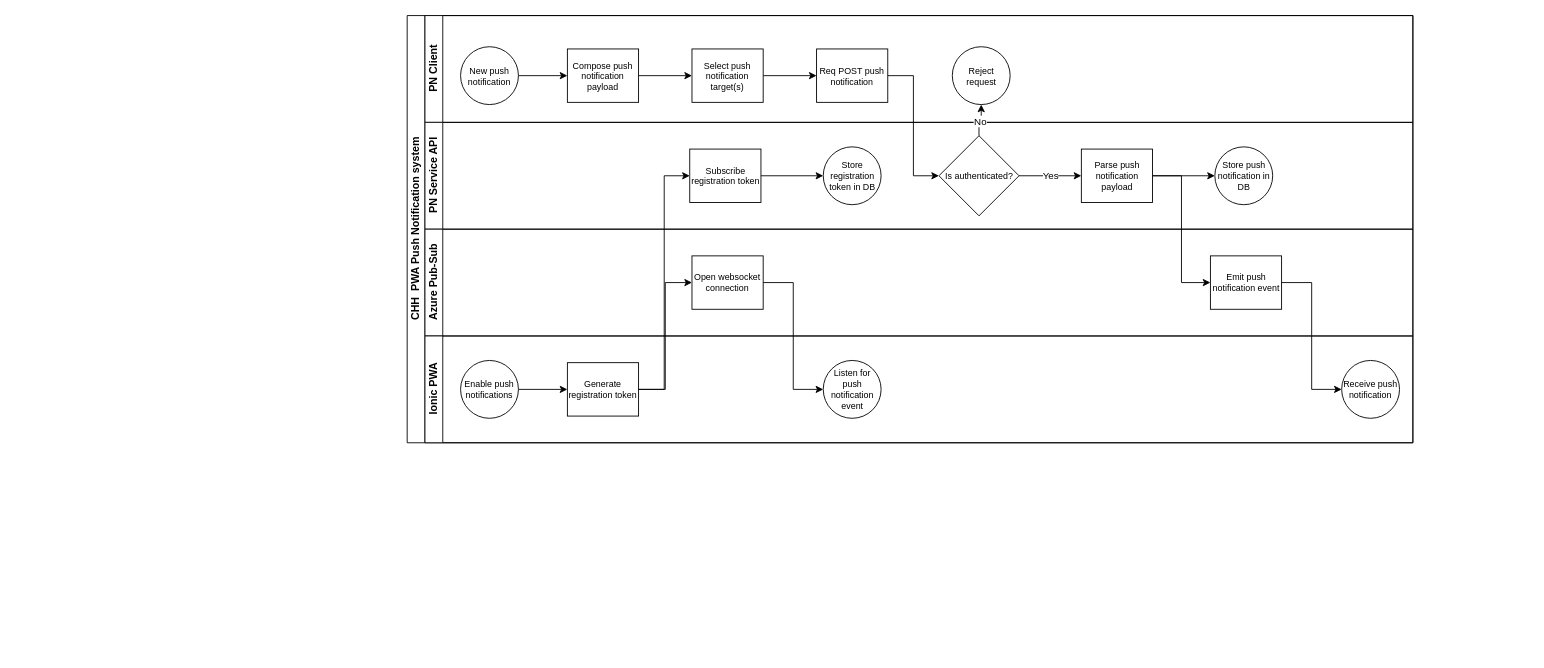
The draw.io diagram chh-push-notification-swimlane.drawio in anon-legion/chh-push-notification, before the edit. Source tidied: cells renumbered, new cells numbered last; positions are measured from the earlier drawing's top-left corner, leaving out a move shared by most shapes. Both pictures are drawn from the tidied source at 89%, with x=0, y=0 at pixel (407, 15).
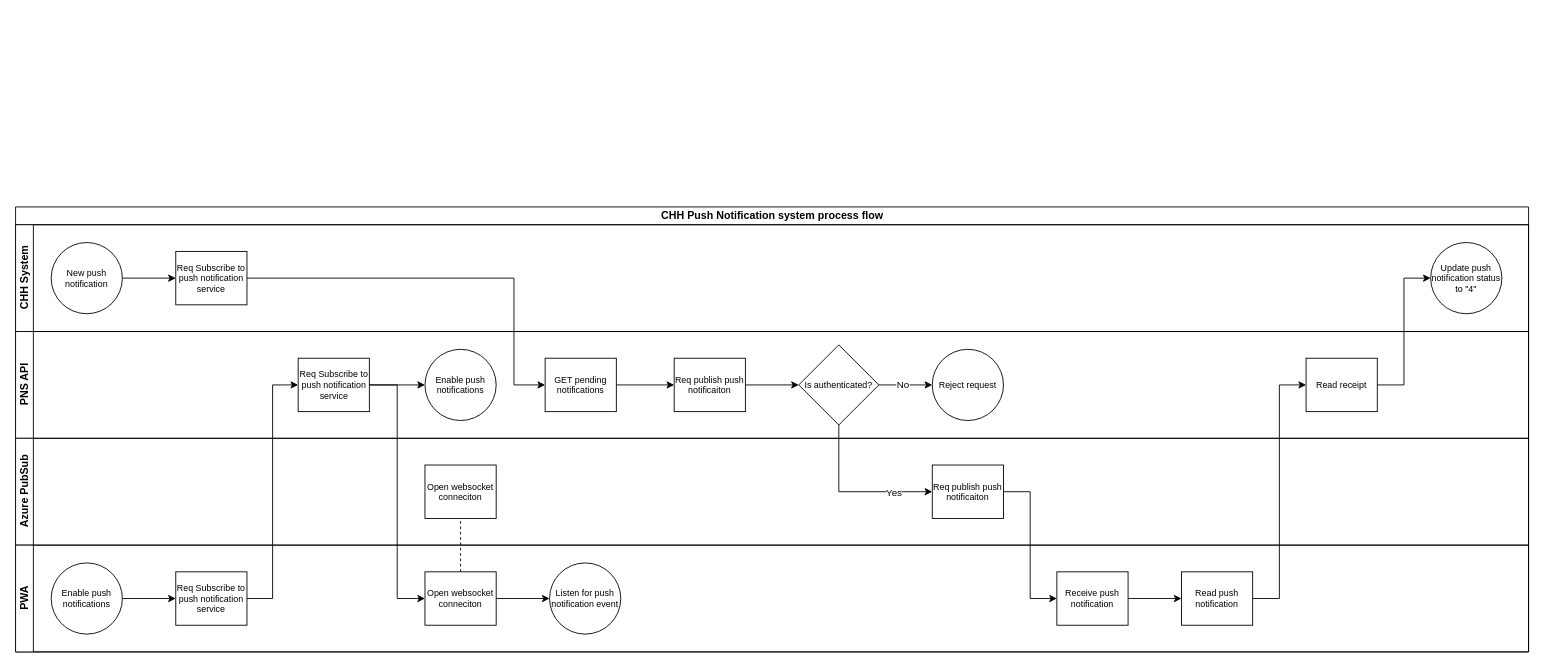
The same page after the edit.

Commit message:
Update chh-push-notification-swimlane.drawio to include update process

Diff of the diagram source:
```diff
@@
-    <mxCell id="2" value="CHH&amp;nbsp; PWA Push Notification system" style="swimlane;html=1;horizontal=0;startSize=20;" parent="1" vertex="1">
-      <mxGeometry width="1130" height="480" as="geometry" />
-    </mxCell>
-    <mxCell id="3" value="&lt;div&gt;PN Client&lt;/div&gt;" style="swimlane;html=1;startSize=20;horizontal=0;" parent="2" vertex="1">
-      <mxGeometry x="20" width="1110" height="120" as="geometry" />
-    </mxCell>
-    <mxCell id="4" style="edgeStyle=orthogonalEdgeStyle;rounded=0;jettySize=auto;html=1;" parent="3" edge="1" source="5" target="7">
-      <mxGeometry relative="1" as="geometry" />
-    </mxCell>
+    <mxCell id="39" value="CHH Push Notification system process flow" style="swimlane;horizontal=1;startSize=20;html=1;" parent="1" vertex="1">
+      <mxGeometry x="-440" y="215" width="1700" height="500" as="geometry" />
+    </mxCell>
+    <mxCell id="40" value="CHH System" style="swimlane;startSize=20;horizontal=0;html=1;" parent="39" vertex="1">
+      <mxGeometry y="20" width="1700" height="120" as="geometry" />
+    </mxCell>
+    <mxCell id="41" style="edgeStyle=orthogonalEdgeStyle;rounded=0;jettySize=auto;html=1;exitX=1;exitY=0.5;exitDx=0;exitDy=0;entryX=0;entryY=0.5;entryDx=0;entryDy=0;" parent="40" edge="1" source="5" target="42">
+      <mxGeometry relative="1" as="geometry" />
+    </mxCell>
-    <mxCell id="5" value="New push notification" style="ellipse;whiteSpace=wrap;html=1;fontSize=10;rotation=0;" parent="3" vertex="1">
-      <mxGeometry x="40" y="35" width="65" height="65" as="geometry" />
+    <mxCell id="5" value="New push notification" style="ellipse;whiteSpace=wrap;html=1;fontSize=10;rotation=0;" parent="40" vertex="1">
+      <mxGeometry x="40" y="20" width="80" height="80" as="geometry" />
     </mxCell>
-    <mxCell id="6" style="edgeStyle=orthogonalEdgeStyle;rounded=0;jettySize=auto;html=1;exitX=1;exitY=0.5;exitDx=0;exitDy=0;entryX=0;entryY=0.5;entryDx=0;entryDy=0;" parent="3" edge="1" source="7" target="9">
-      <mxGeometry relative="1" as="geometry" />
-    </mxCell>
-    <mxCell id="7" value="Compose push notification payload" style="rounded=0;whiteSpace=wrap;html=1;fontFamily=Helvetica;fontSize=10;fontColor=#000000;align=center;" parent="3" vertex="1">
-      <mxGeometry x="160" y="37.5" width="80" height="60" as="geometry" />
-    </mxCell>
-    <mxCell id="8" style="edgeStyle=orthogonalEdgeStyle;rounded=0;jettySize=auto;html=1;" parent="3" edge="1" source="9" target="10">
-      <mxGeometry relative="1" as="geometry" />
-    </mxCell>
-    <mxCell id="9" value="Select push notification target(s)" style="rounded=0;whiteSpace=wrap;html=1;fontFamily=Helvetica;fontSize=10;fontColor=#000000;align=center;" parent="3" vertex="1">
-      <mxGeometry x="300" y="37.5" width="80" height="60" as="geometry" />
-    </mxCell>
-    <mxCell id="10" value="Req POST push notification" style="rounded=0;whiteSpace=wrap;html=1;fontFamily=Helvetica;fontSize=10;fontColor=#000000;align=center;" parent="3" vertex="1">
-      <mxGeometry x="440" y="37.5" width="80" height="60" as="geometry" />
-    </mxCell>
-    <mxCell id="11" value="Reject request" style="ellipse;whiteSpace=wrap;html=1;fontSize=10;rotation=0;" parent="3" vertex="1">
-      <mxGeometry x="592.5" y="35" width="65" height="65" as="geometry" />
-    </mxCell>
-    <mxCell id="12" value="&lt;div&gt;PN Service API&lt;br&gt;&lt;/div&gt;" style="swimlane;html=1;startSize=20;horizontal=0;" parent="2" vertex="1">
-      <mxGeometry x="20" y="120" width="1110" height="120" as="geometry" />
-    </mxCell>
-    <mxCell id="13" style="edgeStyle=orthogonalEdgeStyle;rounded=0;jettySize=auto;html=1;exitX=1;exitY=0.5;exitDx=0;exitDy=0;fontSize=10;" parent="12" edge="1" source="15" target="17">
-      <mxGeometry relative="1" as="geometry" />
-    </mxCell>
-    <mxCell id="14" value="Yes" style="edgeLabel;html=1;align=center;verticalAlign=middle;" parent="13" vertex="1">
-      <mxGeometry y="1" relative="1" as="geometry" />
-    </mxCell>
-    <mxCell id="15" value="Is authenticated?" style="rhombus;whiteSpace=wrap;html=1;fontSize=10;fontColor=#000000;rounded=0;rotation=0;" parent="12" vertex="1">
-      <mxGeometry x="577.5" y="15" width="90" height="90" as="geometry" />
-    </mxCell>
-    <mxCell id="16" style="edgeStyle=orthogonalEdgeStyle;rounded=0;jettySize=auto;html=1;exitX=1;exitY=0.5;exitDx=0;exitDy=0;entryX=0;entryY=0.5;entryDx=0;entryDy=0;" parent="12" edge="1" source="17" target="21">
-      <mxGeometry relative="1" as="geometry" />
-    </mxCell>
-    <mxCell id="17" value="Parse push notification payload" style="rounded=0;whiteSpace=wrap;html=1;fontFamily=Helvetica;fontSize=10;fontColor=#000000;align=center;" parent="12" vertex="1">
-      <mxGeometry x="737.5" y="30" width="80" height="60" as="geometry" />
-    </mxCell>
-    <mxCell id="18" style="edgeStyle=orthogonalEdgeStyle;rounded=0;jettySize=auto;html=1;exitX=1;exitY=0.5;exitDx=0;exitDy=0;entryX=0;entryY=0.5;entryDx=0;entryDy=0;" parent="12" edge="1" source="19" target="20">
-      <mxGeometry relative="1" as="geometry" />
-    </mxCell>
-    <mxCell id="19" value="Subscribe registration token" style="rounded=0;whiteSpace=wrap;html=1;fontFamily=Helvetica;fontSize=10;fontColor=#000000;align=center;" parent="12" vertex="1">
-      <mxGeometry x="297.5" y="30" width="80" height="60" as="geometry" />
-    </mxCell>
-    <mxCell id="20" value="Store registration token in DB" style="ellipse;whiteSpace=wrap;html=1;fontSize=10;rotation=0;" parent="12" vertex="1">
-      <mxGeometry x="447.5" y="27.5" width="65" height="65" as="geometry" />
-    </mxCell>
-    <mxCell id="21" value="Store push notification in DB" style="ellipse;whiteSpace=wrap;html=1;fontSize=10;rotation=0;" parent="12" vertex="1">
-      <mxGeometry x="887.5" y="27.5" width="65" height="65" as="geometry" />
-    </mxCell>
-    <mxCell id="22" style="edgeStyle=orthogonalEdgeStyle;rounded=0;jettySize=auto;html=1;entryX=0;entryY=0.5;entryDx=0;entryDy=0;" parent="2" edge="1" source="10" target="15">
-      <mxGeometry relative="1" as="geometry" />
-    </mxCell>
-    <mxCell id="23" value="&lt;div&gt;Azure Pub-Sub&lt;/div&gt;" style="swimlane;html=1;startSize=20;horizontal=0;" parent="2" vertex="1">
-      <mxGeometry x="20" y="240" width="1110" height="120" as="geometry" />
-    </mxCell>
-    <mxCell id="24" value="Open websocket connection" style="rounded=0;whiteSpace=wrap;html=1;fontFamily=Helvetica;fontSize=10;fontColor=#000000;align=center;" parent="23" vertex="1">
-      <mxGeometry x="300" y="30" width="80" height="60" as="geometry" />
-    </mxCell>
-    <mxCell id="25" value="Emit push notification event" style="rounded=0;whiteSpace=wrap;html=1;fontFamily=Helvetica;fontSize=10;fontColor=#000000;align=center;" parent="23" vertex="1">
-      <mxGeometry x="882.5" y="30" width="80" height="60" as="geometry" />
-    </mxCell>
-    <mxCell id="26" value="&lt;div&gt;Ionic PWA&lt;/div&gt;" style="swimlane;html=1;startSize=20;horizontal=0;" parent="2" vertex="1">
-      <mxGeometry x="20" y="360" width="1110" height="120" as="geometry" />
-    </mxCell>
-    <mxCell id="27" style="edgeStyle=orthogonalEdgeStyle;rounded=0;jettySize=auto;html=1;exitX=1;exitY=0.5;exitDx=0;exitDy=0;" parent="26" edge="1" source="28" target="29">
-      <mxGeometry relative="1" as="geometry" />
-    </mxCell>
-    <mxCell id="28" value="Enable push notifications" style="ellipse;whiteSpace=wrap;html=1;fontSize=10;rotation=0;" parent="26" vertex="1">
-      <mxGeometry x="40" y="27.5" width="65" height="65" as="geometry" />
-    </mxCell>
-    <mxCell id="29" value="Generate registration token" style="rounded=0;whiteSpace=wrap;html=1;fontFamily=Helvetica;fontSize=10;fontColor=#000000;align=center;" parent="26" vertex="1">
-      <mxGeometry x="160" y="30" width="80" height="60" as="geometry" />
-    </mxCell>
-    <mxCell id="30" value="Receive push notification" style="ellipse;whiteSpace=wrap;html=1;fontSize=10;rotation=0;" parent="26" vertex="1">
-      <mxGeometry x="1030" y="27.5" width="65" height="65" as="geometry" />
-    </mxCell>
-    <mxCell id="31" value="Listen for push notification event" style="ellipse;whiteSpace=wrap;html=1;fontSize=10;rotation=0;" parent="26" vertex="1">
-      <mxGeometry x="447.5" y="27.5" width="65" height="65" as="geometry" />
-    </mxCell>
-    <mxCell id="32" style="edgeStyle=orthogonalEdgeStyle;rounded=0;jettySize=auto;html=1;entryX=0;entryY=0.5;entryDx=0;entryDy=0;" parent="2" edge="1" source="29" target="19">
-      <mxGeometry relative="1" as="geometry" />
-    </mxCell>
-    <mxCell id="33" style="edgeStyle=orthogonalEdgeStyle;rounded=0;jettySize=auto;html=1;exitX=1;exitY=0.5;exitDx=0;exitDy=0;entryX=0;entryY=0.5;entryDx=0;entryDy=0;" parent="2" edge="1" source="29" target="24">
-      <mxGeometry relative="1" as="geometry">
-        <Array as="points">
-          <mxPoint x="290" y="420" />
-          <mxPoint x="290" y="300" />
-        </Array>
-      </mxGeometry>
-    </mxCell>
-    <mxCell id="34" style="edgeStyle=orthogonalEdgeStyle;rounded=0;jettySize=auto;html=1;exitX=1;exitY=0.5;exitDx=0;exitDy=0;entryX=0;entryY=0.5;entryDx=0;entryDy=0;" parent="2" edge="1" source="17" target="25">
-      <mxGeometry relative="1" as="geometry" />
-    </mxCell>
-    <mxCell id="35" style="edgeStyle=orthogonalEdgeStyle;rounded=0;jettySize=auto;html=1;exitX=1;exitY=0.5;exitDx=0;exitDy=0;entryX=0;entryY=0.5;entryDx=0;entryDy=0;" parent="2" edge="1" source="25" target="30">
-      <mxGeometry relative="1" as="geometry" />
-    </mxCell>
+    <mxCell id="42" value="Req Subscribe to push notification service" style="rounded=0;whiteSpace=wrap;html=1;fontFamily=Helvetica;fontSize=10;fontColor=#000000;align=center;" parent="40" vertex="1">
+      <mxGeometry x="180" y="30" width="80" height="60" as="geometry" />
+    </mxCell>
+    <mxCell id="43" value="Update push notification status to &quot;4&quot;" style="ellipse;whiteSpace=wrap;html=1;fontSize=10;rotation=0;" parent="40" vertex="1">
+      <mxGeometry x="1590" y="20" width="80" height="80" as="geometry" />
+    </mxCell>
+    <mxCell id="44" value="PNS API" style="swimlane;startSize=20;horizontal=0;html=1;" parent="39" vertex="1">
+      <mxGeometry y="140" width="1700" height="120" as="geometry" />
+    </mxCell>
+    <mxCell id="45" style="edgeStyle=orthogonalEdgeStyle;rounded=0;jettySize=auto;html=1;exitX=1;exitY=0.5;exitDx=0;exitDy=0;" parent="44" edge="1" source="46" target="47">
+      <mxGeometry relative="1" as="geometry" />
+    </mxCell>
+    <mxCell id="46" value="Req Subscribe to push notification service" style="rounded=0;whiteSpace=wrap;html=1;fontFamily=Helvetica;fontSize=10;fontColor=#000000;align=center;" parent="44" vertex="1">
+      <mxGeometry x="317.5" y="30" width="80" height="60" as="geometry" />
+    </mxCell>
+    <mxCell id="47" value="Enable push notifications" style="ellipse;whiteSpace=wrap;html=1;fontSize=10;rotation=0;" parent="44" vertex="1">
+      <mxGeometry x="460" y="20" width="80" height="80" as="geometry" />
+    </mxCell>
+    <mxCell id="48" style="edgeStyle=orthogonalEdgeStyle;rounded=0;jettySize=auto;html=1;exitX=1;exitY=0.5;exitDx=0;exitDy=0;entryX=0;entryY=0.5;entryDx=0;entryDy=0;" parent="44" edge="1" source="49" target="51">
+      <mxGeometry relative="1" as="geometry" />
+    </mxCell>
+    <mxCell id="49" value="GET pending notifications" style="rounded=0;whiteSpace=wrap;html=1;fontFamily=Helvetica;fontSize=10;fontColor=#000000;align=center;" parent="44" vertex="1">
+      <mxGeometry x="595" y="30" width="80" height="60" as="geometry" />
+    </mxCell>
+    <mxCell id="50" style="edgeStyle=orthogonalEdgeStyle;rounded=0;jettySize=auto;html=1;exitX=1;exitY=0.5;exitDx=0;exitDy=0;entryX=0;entryY=0.5;entryDx=0;entryDy=0;" parent="44" edge="1" source="51" target="15">
+      <mxGeometry relative="1" as="geometry" />
+    </mxCell>
+    <mxCell id="51" value="Req publish push notificaiton" style="rounded=0;whiteSpace=wrap;html=1;fontFamily=Helvetica;fontSize=10;fontColor=#000000;align=center;" parent="44" vertex="1">
+      <mxGeometry x="740" y="30" width="80" height="60" as="geometry" />
+    </mxCell>
-    <mxCell id="36" style="edgeStyle=orthogonalEdgeStyle;rounded=0;jettySize=auto;html=1;exitX=0.5;exitY=0;exitDx=0;exitDy=0;fontSize=10;" parent="2" edge="1" source="15" target="11">
+    <mxCell id="36" style="edgeStyle=orthogonalEdgeStyle;rounded=0;jettySize=auto;html=1;exitX=1;exitY=0.5;exitDx=0;exitDy=0;entryX=0;entryY=0.5;entryDx=0;entryDy=0;" parent="44" edge="1" source="15" target="11">
       <mxGeometry relative="1" as="geometry" />
     </mxCell>
     <mxCell id="37" value="No" style="edgeLabel;html=1;align=center;verticalAlign=middle;" parent="36" vertex="1">
-      <mxGeometry x="-0.09" y="-1" relative="1" as="geometry" />
+      <mxGeometry x="-0.13" y="1" relative="1" as="geometry" />
     </mxCell>
-    <mxCell id="38" style="edgeStyle=orthogonalEdgeStyle;rounded=0;jettySize=auto;html=1;exitX=1;exitY=0.5;exitDx=0;exitDy=0;entryX=0;entryY=0.5;entryDx=0;entryDy=0;" parent="2" edge="1" source="24" target="31">
-      <mxGeometry relative="1" as="geometry" />
-    </mxCell>
+    <mxCell id="15" value="Is authenticated?" style="rhombus;whiteSpace=wrap;html=1;fontSize=10;fontColor=#000000;rounded=0;rotation=0;" parent="44" vertex="1">
+      <mxGeometry x="880" y="15" width="90" height="90" as="geometry" />
+    </mxCell>
+    <mxCell id="11" value="Reject request" style="ellipse;whiteSpace=wrap;html=1;fontSize=10;rotation=0;" parent="44" vertex="1">
+      <mxGeometry x="1030" y="20" width="80" height="80" as="geometry" />
+    </mxCell>
+    <mxCell id="52" value="Read receipt" style="rounded=0;whiteSpace=wrap;html=1;fontFamily=Helvetica;fontSize=10;fontColor=#000000;align=center;" parent="44" vertex="1">
+      <mxGeometry x="1450" y="30" width="80" height="60" as="geometry" />
+    </mxCell>
+    <mxCell id="53" value="Azure PubSub" style="swimlane;startSize=20;horizontal=0;html=1;" parent="39" vertex="1">
+      <mxGeometry y="260" width="1700" height="120" as="geometry" />
+    </mxCell>
+    <mxCell id="54" value="Open websocket conneciton" style="rounded=0;whiteSpace=wrap;html=1;fontFamily=Helvetica;fontSize=10;fontColor=#000000;align=center;" parent="53" vertex="1">
+      <mxGeometry x="460" y="30" width="80" height="60" as="geometry" />
+    </mxCell>
+    <mxCell id="55" value="Req publish push notificaiton" style="rounded=0;whiteSpace=wrap;html=1;fontFamily=Helvetica;fontSize=10;fontColor=#000000;align=center;" parent="53" vertex="1">
+      <mxGeometry x="1030" y="30" width="80" height="60" as="geometry" />
+    </mxCell>
+    <mxCell id="56" value="PWA" style="swimlane;startSize=20;horizontal=0;html=1;" parent="39" vertex="1">
+      <mxGeometry y="380" width="1700" height="120" as="geometry" />
+    </mxCell>
+    <mxCell id="57" style="edgeStyle=orthogonalEdgeStyle;rounded=0;jettySize=auto;html=1;exitX=1;exitY=0.5;exitDx=0;exitDy=0;entryX=0;entryY=0.5;entryDx=0;entryDy=0;" parent="56" edge="1" source="58" target="59">
+      <mxGeometry relative="1" as="geometry" />
+    </mxCell>
+    <mxCell id="58" value="Enable push notifications" style="ellipse;whiteSpace=wrap;html=1;fontSize=10;rotation=0;" parent="56" vertex="1">
+      <mxGeometry x="40" y="20" width="80" height="80" as="geometry" />
+    </mxCell>
+    <mxCell id="59" value="Req Subscribe to push notification service" style="rounded=0;whiteSpace=wrap;html=1;fontFamily=Helvetica;fontSize=10;fontColor=#000000;align=center;" parent="56" vertex="1">
+      <mxGeometry x="180" y="30" width="80" height="60" as="geometry" />
+    </mxCell>
+    <mxCell id="60" style="edgeStyle=orthogonalEdgeStyle;rounded=0;jettySize=auto;html=1;exitX=1;exitY=0.5;exitDx=0;exitDy=0;entryX=0;entryY=0.5;entryDx=0;entryDy=0;" parent="56" edge="1" source="61" target="31">
+      <mxGeometry relative="1" as="geometry" />
+    </mxCell>
+    <mxCell id="61" value="Open websocket conneciton" style="rounded=0;whiteSpace=wrap;html=1;fontFamily=Helvetica;fontSize=10;fontColor=#000000;align=center;" parent="56" vertex="1">
+      <mxGeometry x="460" y="30" width="80" height="60" as="geometry" />
+    </mxCell>
+    <mxCell id="31" value="Listen for push notification event" style="ellipse;whiteSpace=wrap;html=1;fontSize=10;rotation=0;" parent="56" vertex="1">
+      <mxGeometry x="600" y="20" width="80" height="80" as="geometry" />
+    </mxCell>
+    <mxCell id="62" style="edgeStyle=orthogonalEdgeStyle;rounded=0;jettySize=auto;html=1;exitX=1;exitY=0.5;exitDx=0;exitDy=0;" parent="56" edge="1" source="30" target="63">
+      <mxGeometry relative="1" as="geometry" />
+    </mxCell>
+    <mxCell id="30" value="Receive push notification" style="rounded=0;whiteSpace=wrap;html=1;fontFamily=Helvetica;fontSize=10;fontColor=#000000;align=center;" parent="56" vertex="1">
+      <mxGeometry x="1170" y="30" width="80" height="60" as="geometry" />
+    </mxCell>
+    <mxCell id="63" value="Read push notification" style="rounded=0;whiteSpace=wrap;html=1;fontFamily=Helvetica;fontSize=10;fontColor=#000000;align=center;" parent="56" vertex="1">
+      <mxGeometry x="1310" y="30" width="80" height="60" as="geometry" />
+    </mxCell>
+    <mxCell id="64" style="edgeStyle=orthogonalEdgeStyle;rounded=0;jettySize=auto;html=1;exitX=1;exitY=0.5;exitDx=0;exitDy=0;entryX=0;entryY=0.5;entryDx=0;entryDy=0;" parent="39" edge="1" source="59" target="46">
+      <mxGeometry relative="1" as="geometry" />
+    </mxCell>
+    <mxCell id="65" style="edgeStyle=orthogonalEdgeStyle;rounded=0;jettySize=auto;html=1;exitX=1;exitY=0.5;exitDx=0;exitDy=0;entryX=0;entryY=0.5;entryDx=0;entryDy=0;" parent="39" edge="1" source="46" target="61">
+      <mxGeometry relative="1" as="geometry" />
+    </mxCell>
+    <mxCell id="66" style="edgeStyle=orthogonalEdgeStyle;rounded=0;jettySize=auto;html=1;exitX=0.5;exitY=0;exitDx=0;exitDy=0;entryX=0.5;entryY=1;entryDx=0;entryDy=0;dashed=1;endArrow=none;endFill=0;" parent="39" edge="1" source="61" target="54">
+      <mxGeometry relative="1" as="geometry" />
+    </mxCell>
+    <mxCell id="67" style="edgeStyle=orthogonalEdgeStyle;rounded=0;jettySize=auto;html=1;exitX=1;exitY=0.5;exitDx=0;exitDy=0;entryX=0;entryY=0.5;entryDx=0;entryDy=0;" parent="39" edge="1" source="42" target="49">
+      <mxGeometry relative="1" as="geometry">
+        <Array as="points">
+          <mxPoint x="560" y="80" />
+          <mxPoint x="560" y="200" />
+        </Array>
+      </mxGeometry>
+    </mxCell>
+    <mxCell id="68" style="edgeStyle=orthogonalEdgeStyle;rounded=0;jettySize=auto;html=1;exitX=0.5;exitY=1;exitDx=0;exitDy=0;entryX=0;entryY=0.5;entryDx=0;entryDy=0;" parent="39" edge="1" source="15" target="55">
+      <mxGeometry relative="1" as="geometry" />
+    </mxCell>
+    <mxCell id="14" value="Yes" style="edgeLabel;html=1;align=center;verticalAlign=middle;" parent="68" vertex="1">
+      <mxGeometry x="0.51" relative="1" as="geometry" />
+    </mxCell>
+    <mxCell id="69" style="edgeStyle=orthogonalEdgeStyle;rounded=0;jettySize=auto;html=1;exitX=1;exitY=0.5;exitDx=0;exitDy=0;entryX=0;entryY=0.5;entryDx=0;entryDy=0;" parent="39" edge="1" source="55" target="30">
+      <mxGeometry relative="1" as="geometry" />
+    </mxCell>
+    <mxCell id="70" style="edgeStyle=orthogonalEdgeStyle;rounded=0;jettySize=auto;html=1;exitX=1;exitY=0.5;exitDx=0;exitDy=0;entryX=0;entryY=0.5;entryDx=0;entryDy=0;" parent="39" edge="1" source="63" target="52">
+      <mxGeometry relative="1" as="geometry" />
+    </mxCell>
+    <mxCell id="71" style="edgeStyle=orthogonalEdgeStyle;rounded=0;jettySize=auto;html=1;exitX=1;exitY=0.5;exitDx=0;exitDy=0;entryX=0;entryY=0.5;entryDx=0;entryDy=0;" parent="39" edge="1" source="52" target="43">
+      <mxGeometry relative="1" as="geometry" />
+    </mxCell>
```
